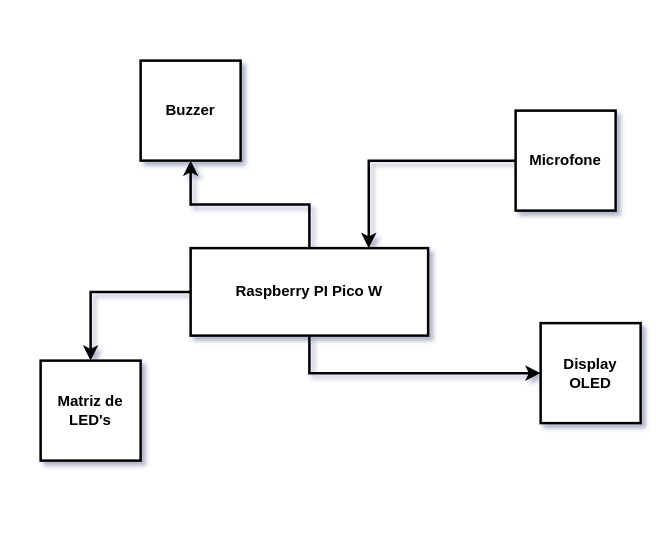
Before: utils/Untitled Diagram.drawio in Oseiasdfarias/one-community, a draw.io diagram. Source tidied: cells renumbered, new cells numbered last; positions are measured from the earlier drawing's top-left corner, leaving out a move shared by most shapes. Both pictures are drawn from the tidied source at 125%, with x=0, y=0 at pixel (40, 60).
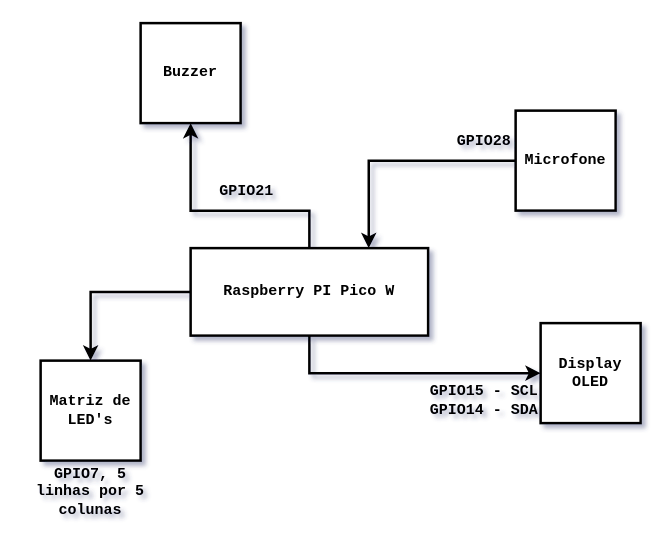
The same diagram, later.

Change to the diagram source:
```diff
@@
 <mxGraphModel background="#ffffff" shadow="1">
   <root>
     <mxCell id="0" />
     <mxCell id="1" parent="0" />
-    <mxCell id="2" style="edgeStyle=orthogonalEdgeStyle;rounded=0;jettySize=auto;html=1;entryX=0.5;entryY=1;entryDx=0;entryDy=0;strokeWidth=2;" parent="1" edge="1" source="5" target="6">
-      <mxGeometry relative="1" as="geometry" />
+    <mxCell id="2" style="edgeStyle=orthogonalEdgeStyle;rounded=0;jettySize=auto;html=1;entryX=0.5;entryY=1;entryDx=0;entryDy=0;strokeWidth=2;labelBackgroundColor=none;fontColor=default;fontFamily=Courier New;" parent="1" edge="1" source="5" target="6">
+      <mxGeometry relative="1" as="geometry">
+        <Array as="points">
+          <mxPoint x="215" y="120" />
+          <mxPoint x="120" y="120" />
+        </Array>
+      </mxGeometry>
     </mxCell>
-    <mxCell id="3" style="edgeStyle=orthogonalEdgeStyle;rounded=0;jettySize=auto;html=1;entryX=0;entryY=0.5;entryDx=0;entryDy=0;strokeWidth=2;" parent="1" edge="1" source="5" target="9">
+    <mxCell id="3" style="edgeStyle=orthogonalEdgeStyle;rounded=0;jettySize=auto;html=1;entryX=0;entryY=0.5;entryDx=0;entryDy=0;strokeWidth=2;labelBackgroundColor=none;fontColor=default;fontFamily=Courier New;" parent="1" edge="1" source="5" target="9">
       <mxGeometry relative="1" as="geometry">
         <Array as="points">
           <mxPoint x="215" y="250" />
         </Array>
       </mxGeometry>
     </mxCell>
-    <mxCell id="4" style="edgeStyle=orthogonalEdgeStyle;rounded=0;jettySize=auto;html=1;strokeWidth=2;" parent="1" edge="1" source="5" target="10">
+    <mxCell id="4" style="edgeStyle=orthogonalEdgeStyle;rounded=0;jettySize=auto;html=1;strokeWidth=2;labelBackgroundColor=none;fontColor=default;fontFamily=Courier New;" parent="1" edge="1" source="5" target="10">
       <mxGeometry relative="1" as="geometry" />
     </mxCell>
-    <mxCell id="5" value="&lt;b&gt;Raspberry PI Pico W&lt;/b&gt;" style="rounded=0;whiteSpace=wrap;html=1;strokeWidth=2;" parent="1" vertex="1">
+    <mxCell id="5" value="&lt;b&gt;Raspberry PI Pico W&lt;/b&gt;" style="rounded=0;whiteSpace=wrap;html=1;strokeWidth=2;labelBackgroundColor=none;fontFamily=Courier New;" parent="1" vertex="1">
       <mxGeometry x="120" y="150" width="190" height="70" as="geometry" />
     </mxCell>
-    <mxCell id="6" value="&lt;b&gt;Buzzer&lt;/b&gt;" style="whiteSpace=wrap;html=1;strokeWidth=2;" parent="1" vertex="1">
-      <mxGeometry x="80" width="80" height="80" as="geometry" />
+    <mxCell id="6" value="&lt;b&gt;Buzzer&lt;/b&gt;" style="whiteSpace=wrap;html=1;strokeWidth=2;labelBackgroundColor=none;fontFamily=Courier New;" parent="1" vertex="1">
+      <mxGeometry x="80" y="-30" width="80" height="80" as="geometry" />
     </mxCell>
-    <mxCell id="7" style="edgeStyle=orthogonalEdgeStyle;rounded=0;jettySize=auto;html=1;entryX=0.75;entryY=0;entryDx=0;entryDy=0;strokeWidth=2;" parent="1" edge="1" source="8" target="5">
+    <mxCell id="7" style="edgeStyle=orthogonalEdgeStyle;rounded=0;jettySize=auto;html=1;entryX=0.75;entryY=0;entryDx=0;entryDy=0;strokeWidth=2;labelBackgroundColor=none;fontColor=default;fontFamily=Courier New;" parent="1" edge="1" source="8" target="5">
       <mxGeometry relative="1" as="geometry" />
     </mxCell>
-    <mxCell id="8" value="&lt;b&gt;Microfone&lt;/b&gt;" style="whiteSpace=wrap;html=1;strokeWidth=2;" parent="1" vertex="1">
+    <mxCell id="8" value="&lt;b&gt;Microfone&lt;/b&gt;" style="whiteSpace=wrap;html=1;strokeWidth=2;labelBackgroundColor=none;fontFamily=Courier New;" parent="1" vertex="1">
       <mxGeometry x="380" y="40" width="80" height="80" as="geometry" />
     </mxCell>
-    <mxCell id="9" value="&lt;b&gt;Display OLED&lt;/b&gt;" style="whiteSpace=wrap;html=1;strokeWidth=2;" parent="1" vertex="1">
+    <mxCell id="9" value="&lt;b&gt;Display OLED&lt;/b&gt;" style="whiteSpace=wrap;html=1;strokeWidth=2;labelBackgroundColor=none;fontFamily=Courier New;" parent="1" vertex="1">
       <mxGeometry x="400" y="210" width="80" height="80" as="geometry" />
     </mxCell>
-    <mxCell id="10" value="&lt;b&gt;Matriz de LED's&lt;/b&gt;" style="whiteSpace=wrap;html=1;strokeWidth=2;" parent="1" vertex="1">
+    <mxCell id="10" value="&lt;b&gt;Matriz de LED's&lt;/b&gt;" style="whiteSpace=wrap;html=1;strokeWidth=2;labelBackgroundColor=none;fontFamily=Courier New;" parent="1" vertex="1">
       <mxGeometry y="240" width="80" height="80" as="geometry" />
     </mxCell>
+    <mxCell id="11" value="&lt;b&gt;GPIO14 - SDA&lt;/b&gt;" style="text;html=1;align=center;verticalAlign=middle;whiteSpace=wrap;rounded=0;labelBackgroundColor=none;fontFamily=Courier New;" parent="1" vertex="1">
+      <mxGeometry x="300" y="265" width="110" height="30" as="geometry" />
+    </mxCell>
+    <mxCell id="12" value="&lt;b&gt;GPIO15 - SCL&lt;/b&gt;" style="text;html=1;align=center;verticalAlign=middle;whiteSpace=wrap;rounded=0;labelBackgroundColor=none;fontFamily=Courier New;" parent="1" vertex="1">
+      <mxGeometry x="300" y="250" width="110" height="30" as="geometry" />
+    </mxCell>
+    <mxCell id="13" value="&lt;b&gt;GPIO28&lt;/b&gt;" style="text;html=1;align=center;verticalAlign=middle;whiteSpace=wrap;rounded=0;labelBackgroundColor=none;fontFamily=Courier New;" parent="1" vertex="1">
+      <mxGeometry x="300" y="50" width="110" height="30" as="geometry" />
+    </mxCell>
+    <mxCell id="14" value="&lt;b&gt;GPIO21&lt;/b&gt;" style="text;html=1;align=center;verticalAlign=middle;whiteSpace=wrap;rounded=0;labelBackgroundColor=none;fontFamily=Courier New;" parent="1" vertex="1">
+      <mxGeometry x="110" y="90" width="110" height="30" as="geometry" />
+    </mxCell>
+    <mxCell id="15" value="&lt;b&gt;GPIO7, 5 linhas por 5 colunas&lt;/b&gt;" style="text;html=1;align=center;verticalAlign=middle;whiteSpace=wrap;rounded=0;labelBackgroundColor=none;fontFamily=Courier New;" parent="1" vertex="1">
+      <mxGeometry x="-15" y="330" width="110" height="30" as="geometry" />
+    </mxCell>
   </root>
 </mxGraphModel>
```
